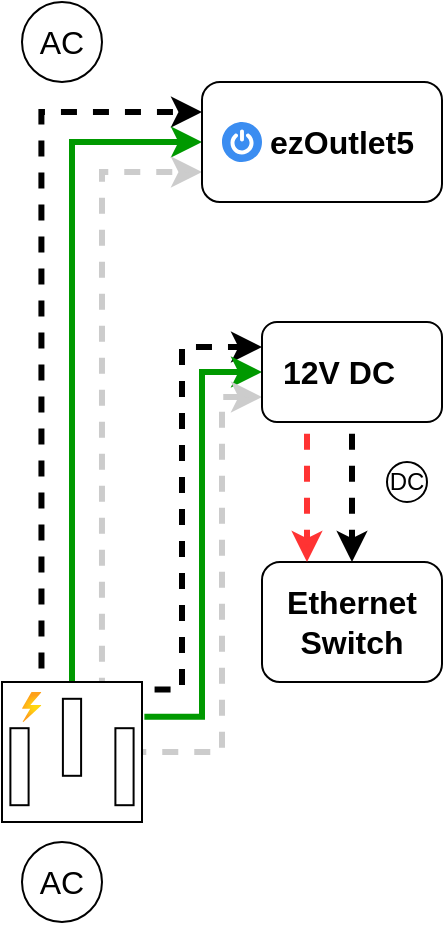
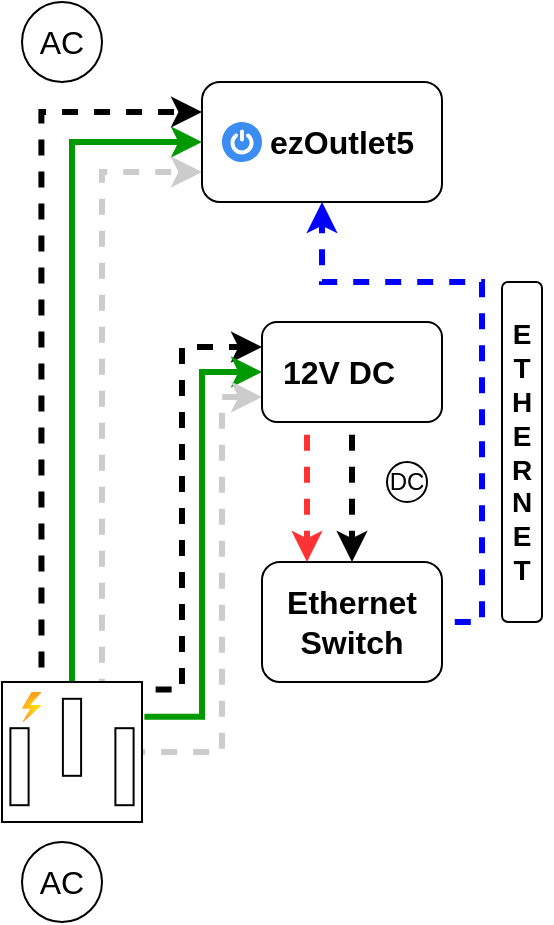
<mxfile host="app.diagrams.net" agent="Mozilla/5.0 (Windows NT 10.0; Win64; x64) AppleWebKit/537.36 (KHTML, like Gecko) Chrome/131.0.0.0 Safari/537.36 Edg/131.0.0.0" version="25.0.3">
  <diagram name="Page-1" id="VlRkN-xOVygPYa-iD9Ir">
-     <mxGraphModel dx="339" dy="212" grid="1" gridSize="10" guides="1" tooltips="1" connect="1" arrows="1" fold="1" page="1" pageScale="1" pageWidth="1169" pageHeight="827" background="none" math="0" shadow="0">
+     <mxGraphModel dx="1050" dy="658" grid="1" gridSize="10" guides="1" tooltips="1" connect="1" arrows="1" fold="1" page="1" pageScale="1" pageWidth="1169" pageHeight="827" background="none" math="0" shadow="0">
      <root>
        <mxCell id="0" />
        <mxCell id="1" parent="0" />
        <mxCell id="JVLtuT8sySUBbFbLTn6r-3" style="edgeStyle=orthogonalEdgeStyle;rounded=0;orthogonalLoop=1;jettySize=auto;html=1;entryX=0;entryY=0.25;entryDx=0;entryDy=0;exitX=0.282;exitY=-0.013;exitDx=0;exitDy=0;exitPerimeter=0;strokeWidth=3;flowAnimation=1;flowAnimationDirection=alternate;" edge="1" parent="1" source="pD8juBFKP1GN8B8eYQTb-1" target="pD8juBFKP1GN8B8eYQTb-3">
          <mxGeometry relative="1" as="geometry" />
        </mxCell>
        <mxCell id="JVLtuT8sySUBbFbLTn6r-4" style="edgeStyle=orthogonalEdgeStyle;rounded=0;orthogonalLoop=1;jettySize=auto;html=1;exitX=0.5;exitY=0;exitDx=0;exitDy=0;exitPerimeter=0;entryX=0;entryY=0.5;entryDx=0;entryDy=0;strokeColor=#009900;strokeWidth=3;" edge="1" parent="1" source="pD8juBFKP1GN8B8eYQTb-1" target="pD8juBFKP1GN8B8eYQTb-3">
          <mxGeometry relative="1" as="geometry" />
        </mxCell>
        <mxCell id="JVLtuT8sySUBbFbLTn6r-5" style="edgeStyle=orthogonalEdgeStyle;rounded=0;orthogonalLoop=1;jettySize=auto;html=1;entryX=0;entryY=0.75;entryDx=0;entryDy=0;exitX=0.714;exitY=0;exitDx=0;exitDy=0;exitPerimeter=0;strokeWidth=3;strokeColor=#CCCCCC;flowAnimation=1;flowAnimationDirection=alternate-reverse;" edge="1" parent="1" source="pD8juBFKP1GN8B8eYQTb-1" target="pD8juBFKP1GN8B8eYQTb-3">
          <mxGeometry relative="1" as="geometry">
            <mxPoint x="120" y="320" as="targetPoint" />
          </mxGeometry>
        </mxCell>
        <mxCell id="JVLtuT8sySUBbFbLTn6r-6" style="edgeStyle=orthogonalEdgeStyle;rounded=0;orthogonalLoop=1;jettySize=auto;html=1;entryX=0;entryY=0.25;entryDx=0;entryDy=0;exitX=1.006;exitY=0.054;exitDx=0;exitDy=0;exitPerimeter=0;strokeWidth=3;flowAnimation=1;flowAnimationDirection=alternate;" edge="1" parent="1" source="pD8juBFKP1GN8B8eYQTb-1" target="pD8juBFKP1GN8B8eYQTb-24">
          <mxGeometry relative="1" as="geometry">
            <Array as="points">
              <mxPoint x="120" y="404" />
              <mxPoint x="120" y="233" />
            </Array>
          </mxGeometry>
        </mxCell>
        <mxCell id="JVLtuT8sySUBbFbLTn6r-7" style="edgeStyle=orthogonalEdgeStyle;rounded=0;orthogonalLoop=1;jettySize=auto;html=1;entryX=0;entryY=0.5;entryDx=0;entryDy=0;exitX=1.017;exitY=0.249;exitDx=0;exitDy=0;exitPerimeter=0;strokeWidth=3;strokeColor=#009900;" edge="1" parent="1" source="pD8juBFKP1GN8B8eYQTb-1" target="pD8juBFKP1GN8B8eYQTb-24">
          <mxGeometry relative="1" as="geometry" />
        </mxCell>
        <mxCell id="JVLtuT8sySUBbFbLTn6r-8" style="edgeStyle=orthogonalEdgeStyle;rounded=0;orthogonalLoop=1;jettySize=auto;html=1;entryX=0;entryY=0.75;entryDx=0;entryDy=0;strokeColor=#CCCCCC;strokeWidth=3;flowAnimation=1;flowAnimationDirection=alternate-reverse;" edge="1" parent="1" source="pD8juBFKP1GN8B8eYQTb-1" target="pD8juBFKP1GN8B8eYQTb-24">
          <mxGeometry relative="1" as="geometry">
            <Array as="points">
              <mxPoint x="140" y="435" />
              <mxPoint x="140" y="258" />
            </Array>
          </mxGeometry>
        </mxCell>
        <mxCell id="JVLtuT8sySUBbFbLTn6r-1" value="" style="group" vertex="1" connectable="0" parent="1">
          <mxGeometry x="30" y="480" width="60" height="40" as="geometry" />
        </mxCell>
        <mxCell id="pD8juBFKP1GN8B8eYQTb-22" value="AC" style="text;html=1;align=center;verticalAlign=middle;whiteSpace=wrap;rounded=0;fontSize=16;" parent="JVLtuT8sySUBbFbLTn6r-1" vertex="1">
          <mxGeometry y="5" width="60" height="30" as="geometry" />
        </mxCell>
        <mxCell id="pD8juBFKP1GN8B8eYQTb-23" value="" style="ellipse;whiteSpace=wrap;html=1;fillColor=none;" parent="JVLtuT8sySUBbFbLTn6r-1" vertex="1">
          <mxGeometry x="10" width="40" height="40" as="geometry" />
        </mxCell>
        <mxCell id="JVLtuT8sySUBbFbLTn6r-2" value="" style="group" vertex="1" connectable="0" parent="1">
          <mxGeometry x="30" y="60" width="60" height="40" as="geometry" />
        </mxCell>
        <mxCell id="pD8juBFKP1GN8B8eYQTb-9" value="" style="ellipse;whiteSpace=wrap;html=1;fillColor=none;" parent="JVLtuT8sySUBbFbLTn6r-2" vertex="1">
          <mxGeometry x="10" width="40" height="40" as="geometry" />
        </mxCell>
        <mxCell id="pD8juBFKP1GN8B8eYQTb-11" value="AC" style="text;html=1;align=center;verticalAlign=middle;whiteSpace=wrap;rounded=0;fontSize=16;" parent="JVLtuT8sySUBbFbLTn6r-2" vertex="1">
          <mxGeometry y="5" width="60" height="30" as="geometry" />
        </mxCell>
        <mxCell id="JVLtuT8sySUBbFbLTn6r-9" value="" style="group" vertex="1" connectable="0" parent="1">
          <mxGeometry x="130" y="100" width="120" height="60" as="geometry" />
        </mxCell>
        <mxCell id="JVLtuT8sySUBbFbLTn6r-16" value="" style="group" vertex="1" connectable="0" parent="JVLtuT8sySUBbFbLTn6r-9">
          <mxGeometry width="120" height="60" as="geometry" />
        </mxCell>
        <mxCell id="pD8juBFKP1GN8B8eYQTb-3" value="" style="rounded=1;whiteSpace=wrap;html=1;" parent="JVLtuT8sySUBbFbLTn6r-16" vertex="1">
          <mxGeometry width="120" height="60" as="geometry" />
        </mxCell>
        <mxCell id="JVLtuT8sySUBbFbLTn6r-13" value="" style="sketch=0;html=1;aspect=fixed;strokeColor=none;shadow=0;fillColor=#3B8DF1;verticalAlign=top;labelPosition=center;verticalLabelPosition=bottom;shape=mxgraph.gcp2.a7_power" vertex="1" parent="JVLtuT8sySUBbFbLTn6r-16">
          <mxGeometry x="10" y="20" width="20" height="20" as="geometry" />
        </mxCell>
        <mxCell id="pD8juBFKP1GN8B8eYQTb-15" value="&lt;b&gt;ezOutlet5&lt;/b&gt;" style="text;html=1;align=center;verticalAlign=middle;whiteSpace=wrap;rounded=0;fontSize=16;" parent="JVLtuT8sySUBbFbLTn6r-16" vertex="1">
          <mxGeometry x="40" y="10" width="60" height="40" as="geometry" />
        </mxCell>
        <mxCell id="JVLtuT8sySUBbFbLTn6r-11" value="" style="group" vertex="1" connectable="0" parent="1">
          <mxGeometry x="160" y="220" width="90" height="50" as="geometry" />
        </mxCell>
        <mxCell id="pD8juBFKP1GN8B8eYQTb-24" value="" style="rounded=1;whiteSpace=wrap;html=1;" parent="JVLtuT8sySUBbFbLTn6r-11" vertex="1">
          <mxGeometry width="90" height="50" as="geometry" />
        </mxCell>
        <mxCell id="JVLtuT8sySUBbFbLTn6r-10" value="&lt;font style=&quot;font-size: 16px;&quot;&gt;&lt;b&gt;12V DC&lt;/b&gt;&lt;/font&gt;" style="text;html=1;align=center;verticalAlign=middle;whiteSpace=wrap;rounded=0;" vertex="1" parent="JVLtuT8sySUBbFbLTn6r-11">
          <mxGeometry x="9" y="10" width="58.5" height="30" as="geometry" />
        </mxCell>
        <mxCell id="JVLtuT8sySUBbFbLTn6r-18" value="" style="group" vertex="1" connectable="0" parent="1">
          <mxGeometry x="30" y="400" width="70" height="70" as="geometry" />
        </mxCell>
        <mxCell id="pD8juBFKP1GN8B8eYQTb-1" value="" style="pointerEvents=1;verticalLabelPosition=bottom;shadow=0;dashed=0;align=center;html=1;verticalAlign=top;shape=mxgraph.electrical.miscellaneous.ac_out" parent="JVLtuT8sySUBbFbLTn6r-18" vertex="1">
          <mxGeometry width="70" height="70" as="geometry" />
        </mxCell>
        <mxCell id="JVLtuT8sySUBbFbLTn6r-12" value="" style="image;aspect=fixed;html=1;points=[];align=center;fontSize=12;image=img/lib/azure2/general/Power.svg;" vertex="1" parent="JVLtuT8sySUBbFbLTn6r-18">
          <mxGeometry x="10" y="5" width="9.72" height="15" as="geometry" />
        </mxCell>
        <mxCell id="JVLtuT8sySUBbFbLTn6r-21" value="" style="group" vertex="1" connectable="0" parent="1">
          <mxGeometry x="160" y="340" width="90" height="60" as="geometry" />
        </mxCell>
        <mxCell id="JVLtuT8sySUBbFbLTn6r-19" value="" style="rounded=1;whiteSpace=wrap;html=1;" vertex="1" parent="JVLtuT8sySUBbFbLTn6r-21">
          <mxGeometry width="90" height="60" as="geometry" />
        </mxCell>
        <mxCell id="JVLtuT8sySUBbFbLTn6r-20" value="&lt;b&gt;&lt;font style=&quot;font-size: 16px;&quot;&gt;Ethernet&lt;/font&gt;&lt;/b&gt;&lt;div&gt;&lt;b&gt;&lt;font style=&quot;font-size: 16px;&quot;&gt;Switch&lt;/font&gt;&lt;/b&gt;&lt;/div&gt;" style="text;html=1;align=center;verticalAlign=middle;whiteSpace=wrap;rounded=0;" vertex="1" parent="JVLtuT8sySUBbFbLTn6r-21">
          <mxGeometry x="15" y="15" width="60" height="30" as="geometry" />
        </mxCell>
        <mxCell id="JVLtuT8sySUBbFbLTn6r-23" style="edgeStyle=orthogonalEdgeStyle;rounded=0;orthogonalLoop=1;jettySize=auto;html=1;entryX=0.25;entryY=0;entryDx=0;entryDy=0;exitX=0.25;exitY=1;exitDx=0;exitDy=0;strokeColor=#FF3333;strokeWidth=3;flowAnimation=1;" edge="1" parent="1" source="pD8juBFKP1GN8B8eYQTb-24" target="JVLtuT8sySUBbFbLTn6r-19">
          <mxGeometry relative="1" as="geometry" />
        </mxCell>
        <mxCell id="JVLtuT8sySUBbFbLTn6r-28" value="" style="group" vertex="1" connectable="0" parent="1">
          <mxGeometry x="220" y="290" width="25" height="20" as="geometry" />
        </mxCell>
        <mxCell id="JVLtuT8sySUBbFbLTn6r-26" value="" style="ellipse;whiteSpace=wrap;html=1;aspect=fixed;" vertex="1" parent="JVLtuT8sySUBbFbLTn6r-28">
          <mxGeometry x="2.5" width="20" height="20" as="geometry" />
        </mxCell>
        <mxCell id="JVLtuT8sySUBbFbLTn6r-27" value="&lt;font&gt;DC&lt;/font&gt;" style="text;html=1;align=center;verticalAlign=middle;whiteSpace=wrap;rounded=0;" vertex="1" parent="JVLtuT8sySUBbFbLTn6r-28">
          <mxGeometry y="2.5" width="25" height="15" as="geometry" />
        </mxCell>
        <mxCell id="JVLtuT8sySUBbFbLTn6r-29" style="edgeStyle=orthogonalEdgeStyle;rounded=0;orthogonalLoop=1;jettySize=auto;html=1;exitX=0.5;exitY=1;exitDx=0;exitDy=0;entryX=0.5;entryY=0;entryDx=0;entryDy=0;strokeWidth=3;flowAnimation=1;" edge="1" parent="1" source="pD8juBFKP1GN8B8eYQTb-24" target="JVLtuT8sySUBbFbLTn6r-19">
          <mxGeometry relative="1" as="geometry" />
        </mxCell>
+         <mxCell id="JVLtuT8sySUBbFbLTn6r-30" style="edgeStyle=orthogonalEdgeStyle;rounded=0;orthogonalLoop=1;jettySize=auto;html=1;exitX=1;exitY=0.5;exitDx=0;exitDy=0;entryX=0.5;entryY=1;entryDx=0;entryDy=0;strokeColor=#0000FF;strokeWidth=3;flowAnimation=1;" edge="1" parent="1" source="JVLtuT8sySUBbFbLTn6r-19" target="pD8juBFKP1GN8B8eYQTb-3">
+           <mxGeometry relative="1" as="geometry">
+             <Array as="points">
+               <mxPoint x="270" y="370" />
+               <mxPoint x="270" y="200" />
+               <mxPoint x="190" y="200" />
+             </Array>
+           </mxGeometry>
+         </mxCell>
+         <mxCell id="JVLtuT8sySUBbFbLTn6r-31" value="" style="rounded=1;whiteSpace=wrap;html=1;" vertex="1" parent="1">
+           <mxGeometry x="280" y="200" width="20" height="170" as="geometry" />
+         </mxCell>
+         <mxCell id="JVLtuT8sySUBbFbLTn6r-32" value="&lt;b&gt;&lt;font style=&quot;font-size: 14px;&quot;&gt;E&lt;/font&gt;&lt;/b&gt;&lt;div&gt;&lt;b&gt;&lt;font style=&quot;font-size: 14px;&quot;&gt;T&lt;/font&gt;&lt;/b&gt;&lt;/div&gt;&lt;div&gt;&lt;b&gt;&lt;font style=&quot;font-size: 14px;&quot;&gt;H&lt;/font&gt;&lt;/b&gt;&lt;/div&gt;&lt;div&gt;&lt;b&gt;&lt;font style=&quot;font-size: 14px;&quot;&gt;E&lt;/font&gt;&lt;/b&gt;&lt;/div&gt;&lt;div&gt;&lt;b&gt;&lt;font style=&quot;font-size: 14px;&quot;&gt;R&lt;/font&gt;&lt;/b&gt;&lt;/div&gt;&lt;div&gt;&lt;b&gt;&lt;font style=&quot;font-size: 14px;&quot;&gt;N&lt;/font&gt;&lt;/b&gt;&lt;/div&gt;&lt;div&gt;&lt;b&gt;&lt;font style=&quot;font-size: 14px;&quot;&gt;E&lt;/font&gt;&lt;/b&gt;&lt;/div&gt;&lt;div&gt;&lt;b&gt;&lt;font style=&quot;font-size: 14px;&quot;&gt;T&lt;/font&gt;&lt;/b&gt;&lt;/div&gt;" style="text;html=1;align=center;verticalAlign=middle;whiteSpace=wrap;rounded=0;" vertex="1" parent="1">
+           <mxGeometry x="275" y="180" width="30" height="210" as="geometry" />
+         </mxCell>
      </root>
    </mxGraphModel>
  </diagram>
</mxfile>
